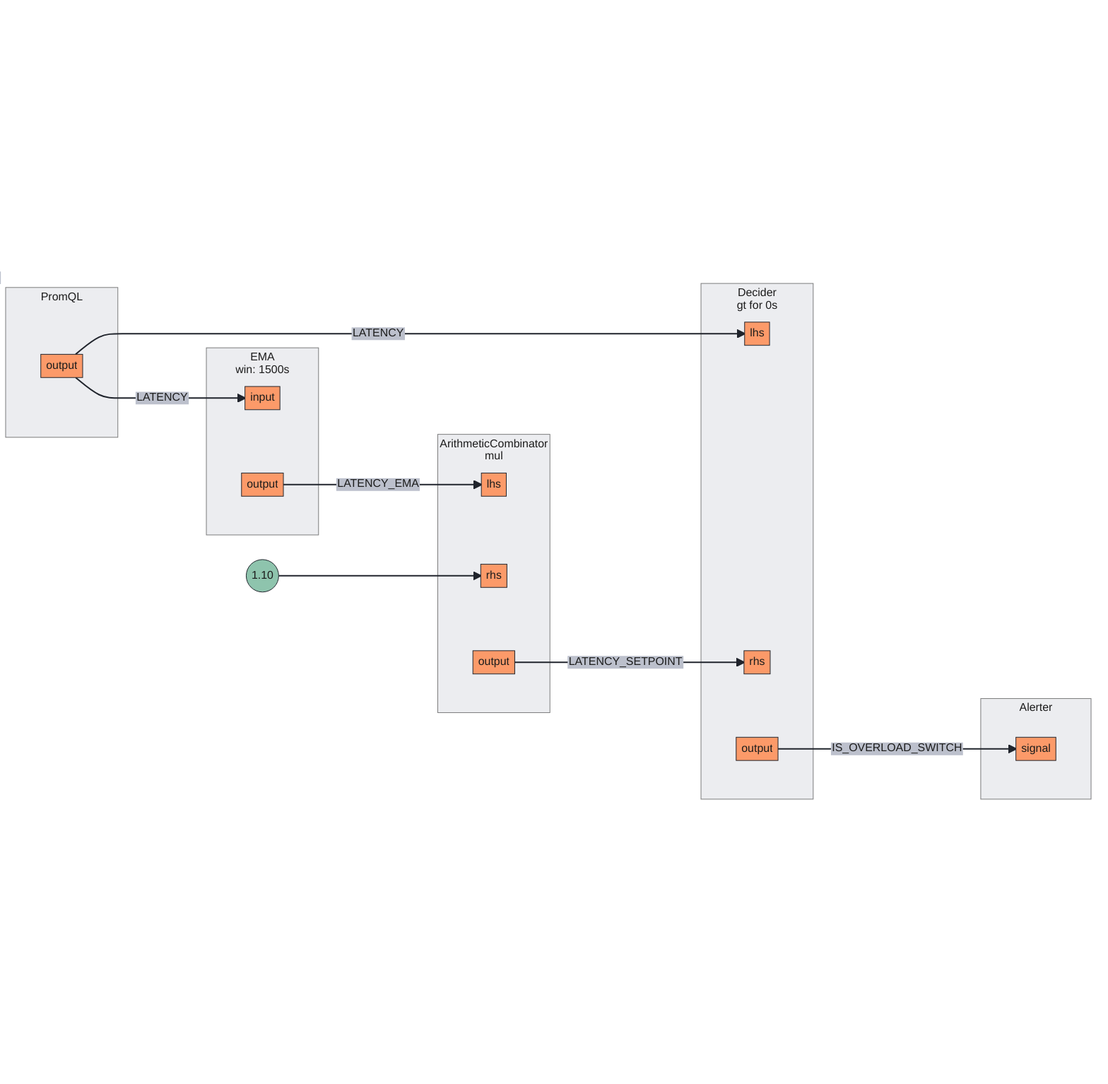
The Mermaid diagram docs/content/tutorials/signal-processing/assets/detecting-overload/detecting-overload.mmd.png in fluxninja/aperture, before a commit. Its source is kept beside it as docs/content/tutorials/signal-processing/assets/detecting-overload/detecting-overload.mmd. Source of this version:
```mermaid
flowchart LR
subgraph root.0[PromQL]
subgraph root.0_outports[ ]
style root.0_outports fill:none,stroke:none
root.0output[output]
end
end
subgraph root.1[<center>EMA<br/>win: 1500s</center>]
subgraph root.1_inports[ ]
style root.1_inports fill:none,stroke:none
root.1input[input]
end
subgraph root.1_outports[ ]
style root.1_outports fill:none,stroke:none
root.1output[output]
end
end
subgraph root.2[<center>ArithmeticCombinator<br/>mul</center>]
subgraph root.2_inports[ ]
style root.2_inports fill:none,stroke:none
root.2lhs[lhs]
root.2rhs[rhs]
end
subgraph root.2_outports[ ]
style root.2_outports fill:none,stroke:none
root.2output[output]
end
end
FakeConstant0((1.10))
FakeConstant0 --> root.2rhs
subgraph root.3[<center>Decider<br/>gt for 0s</center>]
subgraph root.3_inports[ ]
style root.3_inports fill:none,stroke:none
root.3lhs[lhs]
root.3rhs[rhs]
end
subgraph root.3_outports[ ]
style root.3_outports fill:none,stroke:none
root.3output[output]
end
end
subgraph root.4[Alerter]
subgraph root.4_inports[ ]
style root.4_inports fill:none,stroke:none
root.4signal[signal]
end
end
root.3output --> |IS_OVERLOAD_SWITCH| root.4signal
root.0output --> |LATENCY| root.1input
root.0output --> |LATENCY| root.3lhs
root.1output --> |LATENCY_EMA| root.2lhs
root.2output --> |LATENCY_SETPOINT| root.3rhs
```
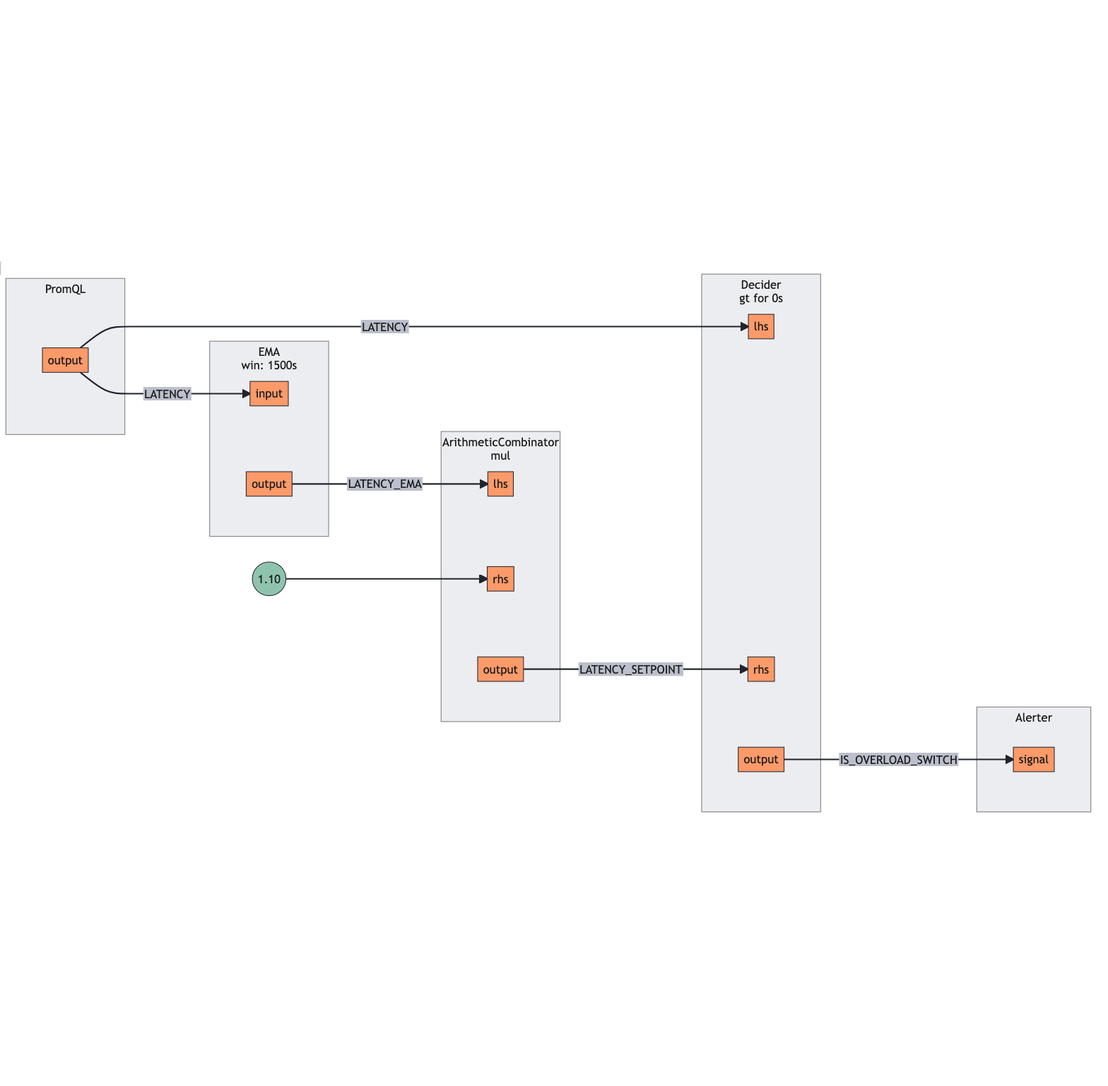
Later version of the same file.

Change to the diagram source:
```diff
@@ -45,8 +45,8 @@
 root.4signal[signal]
 end
 end
-root.3output --> |IS_OVERLOAD_SWITCH| root.4signal
 root.0output --> |LATENCY| root.1input
 root.0output --> |LATENCY| root.3lhs
 root.1output --> |LATENCY_EMA| root.2lhs
 root.2output --> |LATENCY_SETPOINT| root.3rhs
+root.3output --> |IS_OVERLOAD_SWITCH| root.4signal
```
